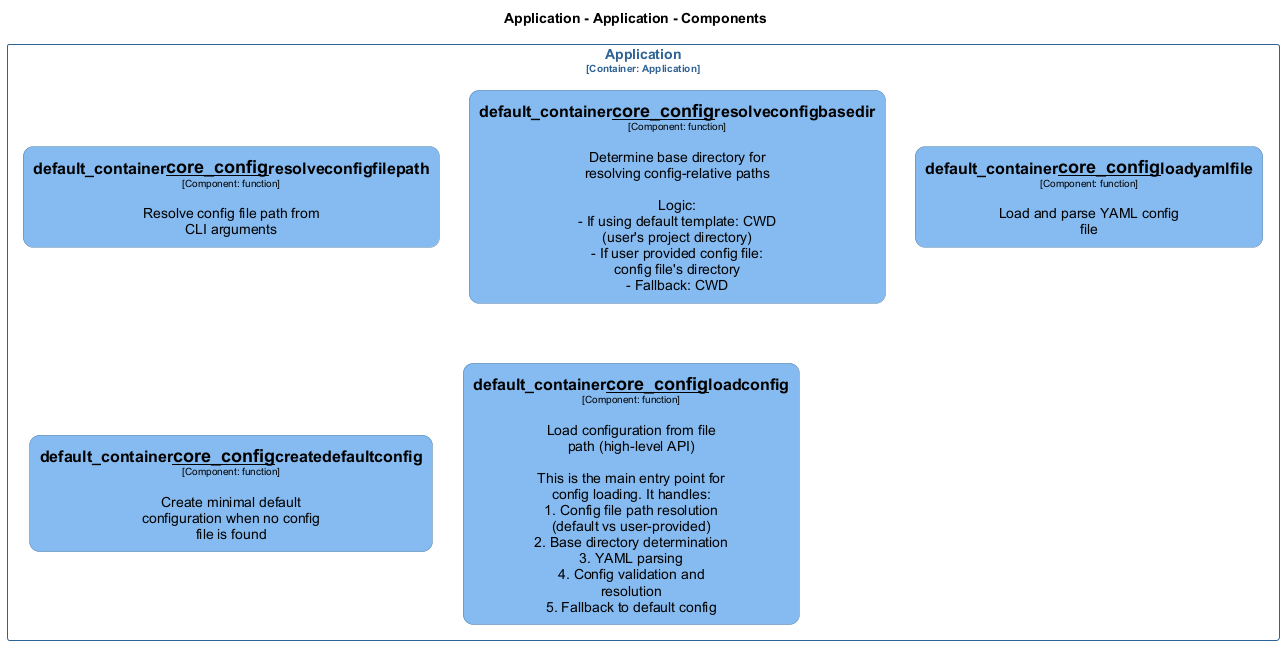
The PlantUML diagram docs/architecture/diagrams/structurizr-Classes_default_container__core_config.png in chrislyons-dev/archlette, before a commit. The source it was exported from:
```plantuml
@startuml
set separator none
title Application - Application - Components

top to bottom direction
skinparam ranksep 60
skinparam nodesep 30

skinparam {
  arrowFontSize 10
  defaultTextAlignment center
  wrapWidth 200
  maxMessageSize 100
  defaultFontName "Arial"
}

hide stereotype

skinparam rectangle<<Application.Application.default_container__core_config__createdefaultconfig>> {
  BackgroundColor #85bbf0
  FontColor #000000
  BorderColor #5d82a8
  roundCorner 20
  shadowing false
}
skinparam rectangle<<Application.Application.default_container__core_config__loadconfig>> {
  BackgroundColor #85bbf0
  FontColor #000000
  BorderColor #5d82a8
  roundCorner 20
  shadowing false
}
skinparam rectangle<<Application.Application.default_container__core_config__loadyamlfile>> {
  BackgroundColor #85bbf0
  FontColor #000000
  BorderColor #5d82a8
  roundCorner 20
  shadowing false
}
skinparam rectangle<<Application.Application.default_container__core_config__resolveconfigbasedir>> {
  BackgroundColor #85bbf0
  FontColor #000000
  BorderColor #5d82a8
  roundCorner 20
  shadowing false
}
skinparam rectangle<<Application.Application.default_container__core_config__resolveconfigfilepath>> {
  BackgroundColor #85bbf0
  FontColor #000000
  BorderColor #5d82a8
  roundCorner 20
  shadowing false
}
skinparam rectangle<<Application.Application>> {
  BorderColor #2e6295
  FontColor #2e6295
  shadowing false
}

rectangle "Application\n<size:10>[Container: Application]</size>" <<Application.Application>> {
  rectangle "==default_container__core_config__resolveconfigfilepath\n<size:10>[Component: function]</size>\n\nResolve config file path from CLI arguments" <<Application.Application.default_container__core_config__resolveconfigfilepath>> as Application.Application.default_container__core_config__resolveconfigfilepath
  rectangle "==default_container__core_config__resolveconfigbasedir\n<size:10>[Component: function]</size>\n\nDetermine base directory for resolving config-relative paths\n\nLogic:\n- If using default template: CWD (user's project directory)\n- If user provided config file: config file's directory\n- Fallback: CWD" <<Application.Application.default_container__core_config__resolveconfigbasedir>> as Application.Application.default_container__core_config__resolveconfigbasedir
  rectangle "==default_container__core_config__loadyamlfile\n<size:10>[Component: function]</size>\n\nLoad and parse YAML config file" <<Application.Application.default_container__core_config__loadyamlfile>> as Application.Application.default_container__core_config__loadyamlfile
  rectangle "==default_container__core_config__createdefaultconfig\n<size:10>[Component: function]</size>\n\nCreate minimal default configuration when no config file is found" <<Application.Application.default_container__core_config__createdefaultconfig>> as Application.Application.default_container__core_config__createdefaultconfig
  rectangle "==default_container__core_config__loadconfig\n<size:10>[Component: function]</size>\n\nLoad configuration from file path (high-level API)\n\nThis is the main entry point for config loading. It handles:\n1. Config file path resolution (default vs user-provided)\n2. Base directory determination\n3. YAML parsing\n4. Config validation and resolution\n5. Fallback to default config" <<Application.Application.default_container__core_config__loadconfig>> as Application.Application.default_container__core_config__loadconfig
}

@enduml
```
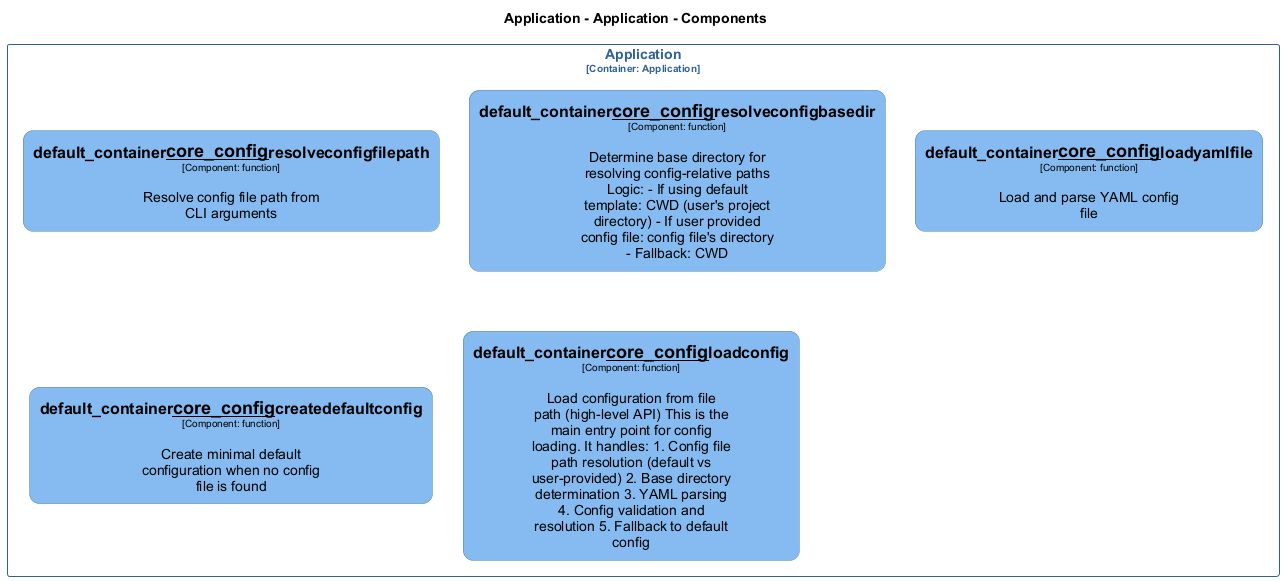
After the change.

What changed in the source:
```diff
@@ -59,10 +59,10 @@
 
 rectangle "Application\n<size:10>[Container: Application]</size>" <<Application.Application>> {
   rectangle "==default_container__core_config__resolveconfigfilepath\n<size:10>[Component: function]</size>\n\nResolve config file path from CLI arguments" <<Application.Application.default_container__core_config__resolveconfigfilepath>> as Application.Application.default_container__core_config__resolveconfigfilepath
-  rectangle "==default_container__core_config__resolveconfigbasedir\n<size:10>[Component: function]</size>\n\nDetermine base directory for resolving config-relative paths\n\nLogic:\n- If using default template: CWD (user's project directory)\n- If user provided config file: config file's directory\n- Fallback: CWD" <<Application.Application.default_container__core_config__resolveconfigbasedir>> as Application.Application.default_container__core_config__resolveconfigbasedir
+  rectangle "==default_container__core_config__resolveconfigbasedir\n<size:10>[Component: function]</size>\n\nDetermine base directory for resolving config-relative paths Logic: - If using default template: CWD (user's project directory) - If user provided config file: config file's directory - Fallback: CWD" <<Application.Application.default_container__core_config__resolveconfigbasedir>> as Application.Application.default_container__core_config__resolveconfigbasedir
   rectangle "==default_container__core_config__loadyamlfile\n<size:10>[Component: function]</size>\n\nLoad and parse YAML config file" <<Application.Application.default_container__core_config__loadyamlfile>> as Application.Application.default_container__core_config__loadyamlfile
   rectangle "==default_container__core_config__createdefaultconfig\n<size:10>[Component: function]</size>\n\nCreate minimal default configuration when no config file is found" <<Application.Application.default_container__core_config__createdefaultconfig>> as Application.Application.default_container__core_config__createdefaultconfig
-  rectangle "==default_container__core_config__loadconfig\n<size:10>[Component: function]</size>\n\nLoad configuration from file path (high-level API)\n\nThis is the main entry point for config loading. It handles:\n1. Config file path resolution (default vs user-provided)\n2. Base directory determination\n3. YAML parsing\n4. Config validation and resolution\n5. Fallback to default config" <<Application.Application.default_container__core_config__loadconfig>> as Application.Application.default_container__core_config__loadconfig
+  rectangle "==default_container__core_config__loadconfig\n<size:10>[Component: function]</size>\n\nLoad configuration from file path (high-level API) This is the main entry point for config loading. It handles: 1. Config file path resolution (default vs user-provided) 2. Base directory determination 3. YAML parsing 4. Config validation and resolution 5. Fallback to default config" <<Application.Application.default_container__core_config__loadconfig>> as Application.Application.default_container__core_config__loadconfig
 }
 
 @enduml
```
